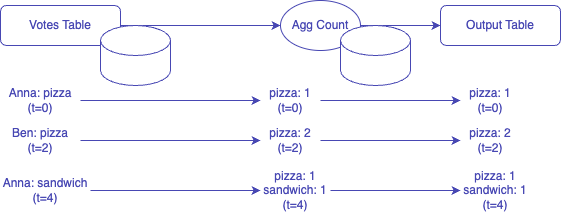
windowforsun/blog keeps this draw.io diagram as img/kafka/kafka-streams-versioned-state-store-6.drawio.png. Above is the earlier version. Source tidied: cells renumbered, new cells last; positions are measured from the earlier drawing's top-left corner, leaving out a move shared by most shapes.
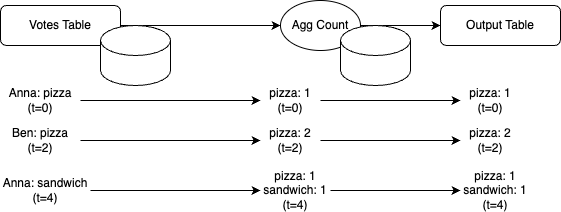
The same file after the commit.

Commit message:
kafka-streams-versioned-state-store-6.drawio.png이 추가되었습니다.

The edit, as a diff of the source:
```diff
@@ -2,70 +2,70 @@
   <root>
     <mxCell id="0" />
     <mxCell id="1" parent="0" />
-    <mxCell id="2" style="edgeStyle=orthogonalEdgeStyle;rounded=0;jettySize=auto;html=1;entryX=0;entryY=0.5;entryDx=0;entryDy=0;strokeColor=#4747B3;" parent="1" edge="1" source="3" target="5">
+    <mxCell id="2" style="edgeStyle=orthogonalEdgeStyle;rounded=0;jettySize=auto;html=1;entryX=0;entryY=0.5;entryDx=0;entryDy=0;strokeColor=#000000;" parent="1" edge="1" source="3" target="5">
       <mxGeometry relative="1" as="geometry" />
     </mxCell>
-    <mxCell id="3" value="&lt;div&gt;&lt;font color=&quot;#4747b3&quot;&gt;Votes Table&lt;/font&gt;&lt;/div&gt;" style="rounded=1;whiteSpace=wrap;html=1;strokeColor=#4747B3;fontColor=#006600;" parent="1" vertex="1">
+    <mxCell id="3" value="&lt;div&gt;&lt;font color=&quot;#000000&quot;&gt;Votes Table&lt;/font&gt;&lt;/div&gt;" style="rounded=1;whiteSpace=wrap;html=1;strokeColor=#000000;fontColor=#006600;" parent="1" vertex="1">
       <mxGeometry y="5" width="120" height="40" as="geometry" />
     </mxCell>
-    <mxCell id="4" style="edgeStyle=orthogonalEdgeStyle;rounded=0;jettySize=auto;html=1;entryX=0;entryY=0.5;entryDx=0;entryDy=0;strokeColor=#4747B3;" parent="1" edge="1" source="5" target="6">
+    <mxCell id="4" style="edgeStyle=orthogonalEdgeStyle;rounded=0;jettySize=auto;html=1;entryX=0;entryY=0.5;entryDx=0;entryDy=0;strokeColor=#000000;" parent="1" edge="1" source="5" target="6">
       <mxGeometry relative="1" as="geometry" />
     </mxCell>
-    <mxCell id="5" value="&lt;font color=&quot;#4747b3&quot;&gt;Agg Count&lt;/font&gt;" style="ellipse;whiteSpace=wrap;html=1;strokeColor=#4747B3;" parent="1" vertex="1">
+    <mxCell id="5" value="Agg Count" style="ellipse;whiteSpace=wrap;html=1;strokeColor=#000000;" parent="1" vertex="1">
       <mxGeometry x="280" width="80" height="50" as="geometry" />
     </mxCell>
-    <mxCell id="6" value="&lt;font color=&quot;#4747b3&quot;&gt;Output Table&lt;/font&gt;" style="rounded=1;whiteSpace=wrap;html=1;strokeColor=#4747B3;" parent="1" vertex="1">
+    <mxCell id="6" value="Output Table" style="rounded=1;whiteSpace=wrap;html=1;strokeColor=#000000;" parent="1" vertex="1">
       <mxGeometry x="440" y="5" width="120" height="40" as="geometry" />
     </mxCell>
-    <mxCell id="7" style="edgeStyle=orthogonalEdgeStyle;rounded=0;jettySize=auto;html=1;entryX=0;entryY=0.5;entryDx=0;entryDy=0;fontColor=#4747B3;strokeColor=#4747B3;" parent="1" edge="1" source="8" target="10">
+    <mxCell id="7" style="edgeStyle=orthogonalEdgeStyle;rounded=0;jettySize=auto;html=1;entryX=0;entryY=0.5;entryDx=0;entryDy=0;fontColor=#4747B3;strokeColor=default;" parent="1" edge="1" source="8" target="10">
       <mxGeometry relative="1" as="geometry" />
     </mxCell>
-    <mxCell id="8" value="Anna: pizza&lt;div&gt;(t=0)&lt;/div&gt;" style="text;html=1;align=center;verticalAlign=middle;whiteSpace=wrap;rounded=0;fontColor=#4747B3;" parent="1" vertex="1">
+    <mxCell id="8" value="&lt;font color=&quot;#000000&quot;&gt;Anna: pizza&lt;/font&gt;&lt;div&gt;&lt;font color=&quot;#000000&quot;&gt;(t=0)&lt;/font&gt;&lt;/div&gt;" style="text;html=1;align=center;verticalAlign=middle;whiteSpace=wrap;rounded=0;fontColor=#4747B3;strokeColor=none;" parent="1" vertex="1">
       <mxGeometry y="85" width="80" height="30" as="geometry" />
     </mxCell>
-    <mxCell id="9" style="edgeStyle=orthogonalEdgeStyle;rounded=0;jettySize=auto;html=1;entryX=0;entryY=0.5;entryDx=0;entryDy=0;strokeColor=#4747B3;" parent="1" edge="1" source="10" target="12">
+    <mxCell id="9" style="edgeStyle=orthogonalEdgeStyle;rounded=0;jettySize=auto;html=1;entryX=0;entryY=0.5;entryDx=0;entryDy=0;strokeColor=default;" parent="1" edge="1" source="10" target="12">
       <mxGeometry relative="1" as="geometry" />
     </mxCell>
-    <mxCell id="10" value="pizza: 1&lt;div&gt;(t=0)&lt;/div&gt;" style="text;html=1;align=center;verticalAlign=middle;whiteSpace=wrap;rounded=0;fontColor=#4747B3;" parent="1" vertex="1">
+    <mxCell id="10" value="pizza: 1&lt;div&gt;(t=0)&lt;/div&gt;" style="text;html=1;align=center;verticalAlign=middle;whiteSpace=wrap;rounded=0;fontColor=#000000;strokeColor=none;" parent="1" vertex="1">
       <mxGeometry x="260" y="85" width="60" height="30" as="geometry" />
     </mxCell>
-    <mxCell id="11" style="shape=cylinder3;whiteSpace=wrap;html=1;boundedLbl=1;backgroundOutline=1;size=15;strokeColor=#4747B3;" parent="1" vertex="1">
+    <mxCell id="11" style="shape=cylinder3;whiteSpace=wrap;html=1;boundedLbl=1;backgroundOutline=1;size=15;strokeColor=#000000;" parent="1" vertex="1">
       <mxGeometry x="100" y="25" width="70" height="60" as="geometry" />
     </mxCell>
-    <mxCell id="12" value="pizza: 1&lt;div&gt;(t=0)&lt;/div&gt;" style="text;html=1;align=center;verticalAlign=middle;whiteSpace=wrap;rounded=0;fontColor=#4747B3;" parent="1" vertex="1">
+    <mxCell id="12" value="pizza: 1&lt;div&gt;(t=0)&lt;/div&gt;" style="text;html=1;align=center;verticalAlign=middle;whiteSpace=wrap;rounded=0;fontColor=#000000;strokeColor=none;" parent="1" vertex="1">
       <mxGeometry x="460" y="85" width="60" height="30" as="geometry" />
     </mxCell>
-    <mxCell id="13" style="edgeStyle=orthogonalEdgeStyle;rounded=0;jettySize=auto;html=1;entryX=0;entryY=0.5;entryDx=0;entryDy=0;fontColor=#4747B3;strokeColor=#4747B3;" parent="1" edge="1" source="14" target="16">
+    <mxCell id="13" style="edgeStyle=orthogonalEdgeStyle;rounded=0;jettySize=auto;html=1;entryX=0;entryY=0.5;entryDx=0;entryDy=0;fontColor=#4747B3;strokeColor=default;" parent="1" edge="1" source="14" target="16">
       <mxGeometry relative="1" as="geometry" />
     </mxCell>
-    <mxCell id="14" value="Ben: pizza&lt;div&gt;(t=2)&lt;/div&gt;" style="text;html=1;align=center;verticalAlign=middle;whiteSpace=wrap;rounded=0;fontColor=#4747B3;" parent="1" vertex="1">
+    <mxCell id="14" value="&lt;font color=&quot;#000000&quot;&gt;Ben: pizza&lt;/font&gt;&lt;div&gt;&lt;font color=&quot;#000000&quot;&gt;(t=2)&lt;/font&gt;&lt;/div&gt;" style="text;html=1;align=center;verticalAlign=middle;whiteSpace=wrap;rounded=0;fontColor=#4747B3;strokeColor=none;" parent="1" vertex="1">
       <mxGeometry y="125" width="80" height="30" as="geometry" />
     </mxCell>
-    <mxCell id="15" style="edgeStyle=orthogonalEdgeStyle;rounded=0;jettySize=auto;html=1;entryX=0;entryY=0.5;entryDx=0;entryDy=0;strokeColor=#4747B3;" parent="1" edge="1" source="16" target="17">
+    <mxCell id="15" style="edgeStyle=orthogonalEdgeStyle;rounded=0;jettySize=auto;html=1;entryX=0;entryY=0.5;entryDx=0;entryDy=0;strokeColor=default;" parent="1" edge="1" source="16" target="17">
       <mxGeometry relative="1" as="geometry" />
     </mxCell>
-    <mxCell id="16" value="pizza: 2&lt;div&gt;(t=2)&lt;/div&gt;" style="text;html=1;align=center;verticalAlign=middle;whiteSpace=wrap;rounded=0;fontColor=#4747B3;" parent="1" vertex="1">
+    <mxCell id="16" value="pizza: 2&lt;div&gt;(t=2)&lt;/div&gt;" style="text;html=1;align=center;verticalAlign=middle;whiteSpace=wrap;rounded=0;fontColor=#000000;strokeColor=none;" parent="1" vertex="1">
       <mxGeometry x="260" y="125" width="60" height="30" as="geometry" />
     </mxCell>
-    <mxCell id="17" value="pizza: 2&lt;div&gt;(t=2)&lt;/div&gt;" style="text;html=1;align=center;verticalAlign=middle;whiteSpace=wrap;rounded=0;fontColor=#4747B3;" parent="1" vertex="1">
+    <mxCell id="17" value="pizza: 2&lt;div&gt;(t=2)&lt;/div&gt;" style="text;html=1;align=center;verticalAlign=middle;whiteSpace=wrap;rounded=0;fontColor=#000000;strokeColor=none;" parent="1" vertex="1">
       <mxGeometry x="460" y="125" width="60" height="30" as="geometry" />
     </mxCell>
-    <mxCell id="18" style="edgeStyle=orthogonalEdgeStyle;rounded=0;jettySize=auto;html=1;entryX=0;entryY=0.5;entryDx=0;entryDy=0;fontColor=#4747B3;strokeColor=#4747B3;" parent="1" edge="1" source="19" target="21">
+    <mxCell id="18" style="edgeStyle=orthogonalEdgeStyle;rounded=0;jettySize=auto;html=1;entryX=0;entryY=0.5;entryDx=0;entryDy=0;fontColor=#4747B3;strokeColor=default;" parent="1" edge="1" source="19" target="21">
       <mxGeometry relative="1" as="geometry" />
     </mxCell>
-    <mxCell id="19" value="Anna: sandwich&lt;div&gt;(t=4)&lt;/div&gt;" style="text;html=1;align=center;verticalAlign=middle;whiteSpace=wrap;rounded=0;fontColor=#4747B3;" parent="1" vertex="1">
+    <mxCell id="19" value="Anna: sandwich&lt;div&gt;(t=4)&lt;/div&gt;" style="text;html=1;align=center;verticalAlign=middle;whiteSpace=wrap;rounded=0;fontColor=#000000;strokeColor=none;" parent="1" vertex="1">
       <mxGeometry y="175" width="90" height="30" as="geometry" />
     </mxCell>
-    <mxCell id="20" style="edgeStyle=orthogonalEdgeStyle;rounded=0;jettySize=auto;html=1;entryX=0;entryY=0.5;entryDx=0;entryDy=0;strokeColor=#4747B3;" parent="1" edge="1" source="21" target="22">
+    <mxCell id="20" style="edgeStyle=orthogonalEdgeStyle;rounded=0;jettySize=auto;html=1;entryX=0;entryY=0.5;entryDx=0;entryDy=0;strokeColor=default;" parent="1" edge="1" source="21" target="22">
       <mxGeometry relative="1" as="geometry" />
     </mxCell>
-    <mxCell id="21" value="pizza: 1&lt;div&gt;sandwich: 1&lt;br&gt;&lt;div&gt;(t=4)&lt;/div&gt;&lt;/div&gt;" style="text;html=1;align=center;verticalAlign=middle;whiteSpace=wrap;rounded=0;fontColor=#4747B3;" parent="1" vertex="1">
+    <mxCell id="21" value="pizza: 1&lt;div&gt;sandwich: 1&lt;br&gt;&lt;div&gt;(t=4)&lt;/div&gt;&lt;/div&gt;" style="text;html=1;align=center;verticalAlign=middle;whiteSpace=wrap;rounded=0;fontColor=#000000;strokeColor=none;" parent="1" vertex="1">
       <mxGeometry x="260" y="175" width="70" height="30" as="geometry" />
     </mxCell>
-    <mxCell id="22" value="pizza: 1&lt;div&gt;sandwich: 1&lt;br&gt;&lt;div&gt;(t=4)&lt;/div&gt;&lt;/div&gt;" style="text;html=1;align=center;verticalAlign=middle;whiteSpace=wrap;rounded=0;fontColor=#4747B3;" parent="1" vertex="1">
+    <mxCell id="22" value="pizza: 1&lt;div&gt;sandwich: 1&lt;br&gt;&lt;div&gt;(t=4)&lt;/div&gt;&lt;/div&gt;" style="text;html=1;align=center;verticalAlign=middle;whiteSpace=wrap;rounded=0;fontColor=#000000;strokeColor=none;" parent="1" vertex="1">
       <mxGeometry x="460" y="175" width="70" height="30" as="geometry" />
     </mxCell>
-    <mxCell id="23" style="shape=cylinder3;whiteSpace=wrap;html=1;boundedLbl=1;backgroundOutline=1;size=15;strokeColor=#4747B3;" parent="1" vertex="1">
+    <mxCell id="23" style="shape=cylinder3;whiteSpace=wrap;html=1;boundedLbl=1;backgroundOutline=1;size=15;strokeColor=#000000;" parent="1" vertex="1">
       <mxGeometry x="340" y="25" width="70" height="60" as="geometry" />
     </mxCell>
   </root>
```
